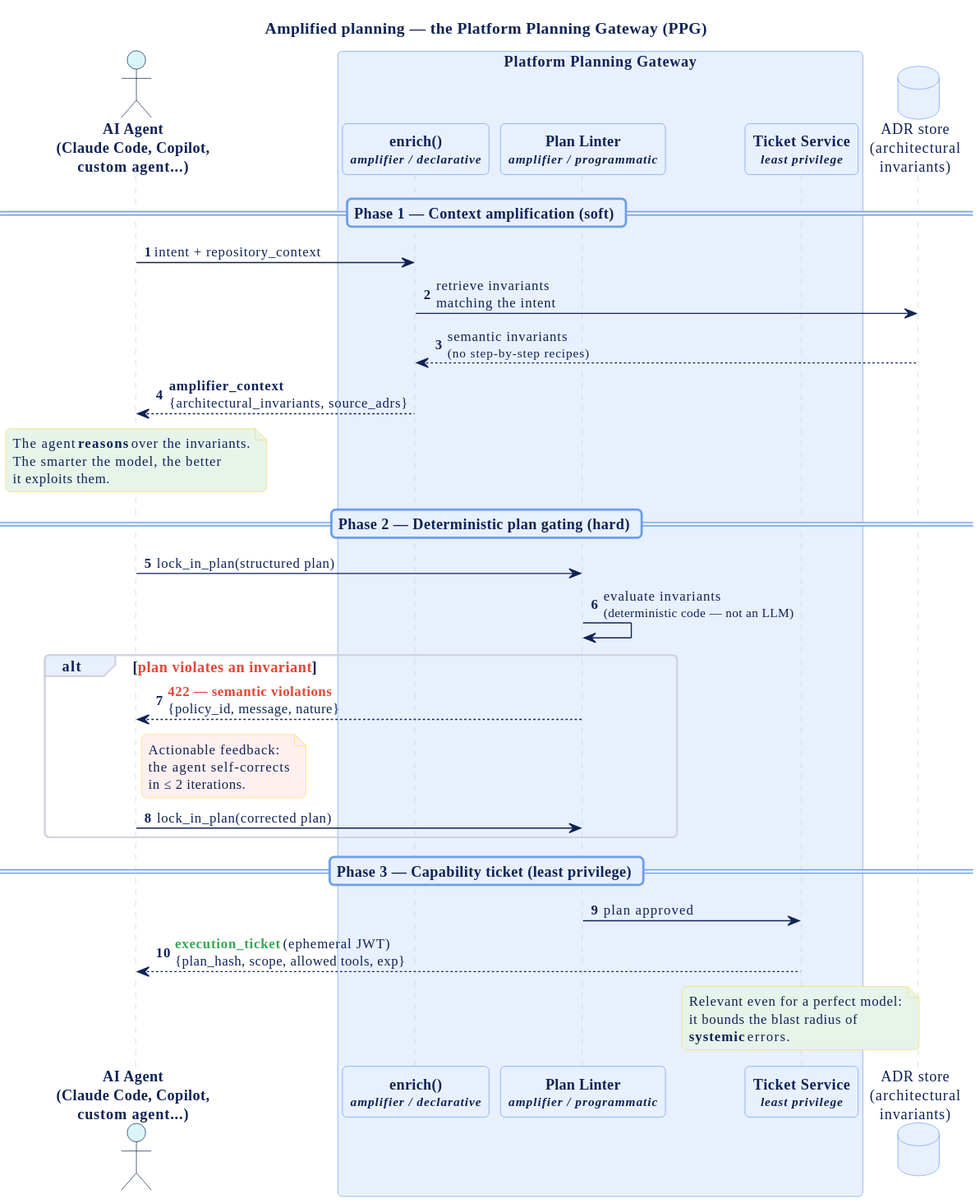
This is docs/diagrams/amplified-planning-sequence.svg from owulveryck/poc-agentic-platform, a PlantUML export, as it was before one commit. Source of this version:
```plantuml
@startuml
!include octo-theme.puml
autonumber

title Amplified planning — the Platform Planning Gateway (PPG)

actor "AI Agent\n(Claude Code, Copilot,\ncustom agent...)" as Agent

box "Platform Planning Gateway" #E8F0FE
  participant "enrich()\n<size:11><i>amplifier / declarative</i></size>" as Enrich
  participant "Plan Linter\n<size:11><i>amplifier / programmatic</i></size>" as Linter
  participant "Ticket Service\n<size:11><i>least privilege</i></size>" as Ticket
end box

database "ADR store\n(architectural\ninvariants)" as ADR

== Phase 1 — Context amplification (soft) ==
Agent -> Enrich : intent + repository_context
Enrich -> ADR : retrieve invariants\nmatching the intent
ADR --> Enrich : semantic invariants\n<size:11>(no step-by-step recipes)</size>
Enrich --> Agent : <b>amplifier_context</b>\n{architectural_invariants, source_adrs}

note over Agent #E6F4EA
  The agent <b>reasons</b> over the invariants.
  The smarter the model, the better
  it exploits them.
end note

== Phase 2 — Deterministic plan gating (hard) ==
Agent -> Linter : lock_in_plan(structured plan)
Linter -> Linter : evaluate invariants\n<size:11>(deterministic code — not an LLM)</size>

alt <color:#EA4335>plan violates an invariant</color>
  Linter --> Agent : <color:#EA4335><b>422 — semantic violations</b></color>\n{policy_id, message, nature}
  note right of Agent #FFF0F0
    Actionable feedback:
    the agent self-corrects
    in ≤ 2 iterations.
  end note
  Agent -> Linter : lock_in_plan(corrected plan)
end

== Phase 3 — Capability ticket (least privilege) ==
Linter -> Ticket : plan approved
Ticket --> Agent : <color:#34A853><b>execution_ticket</b></color> (ephemeral JWT)\n{plan_hash, scope, allowed tools, exp}

note over Ticket #E6F4EA
  Relevant even for a perfect model:
  it bounds the blast radius of
  <b>systemic</b> errors.
end note
@enduml
```
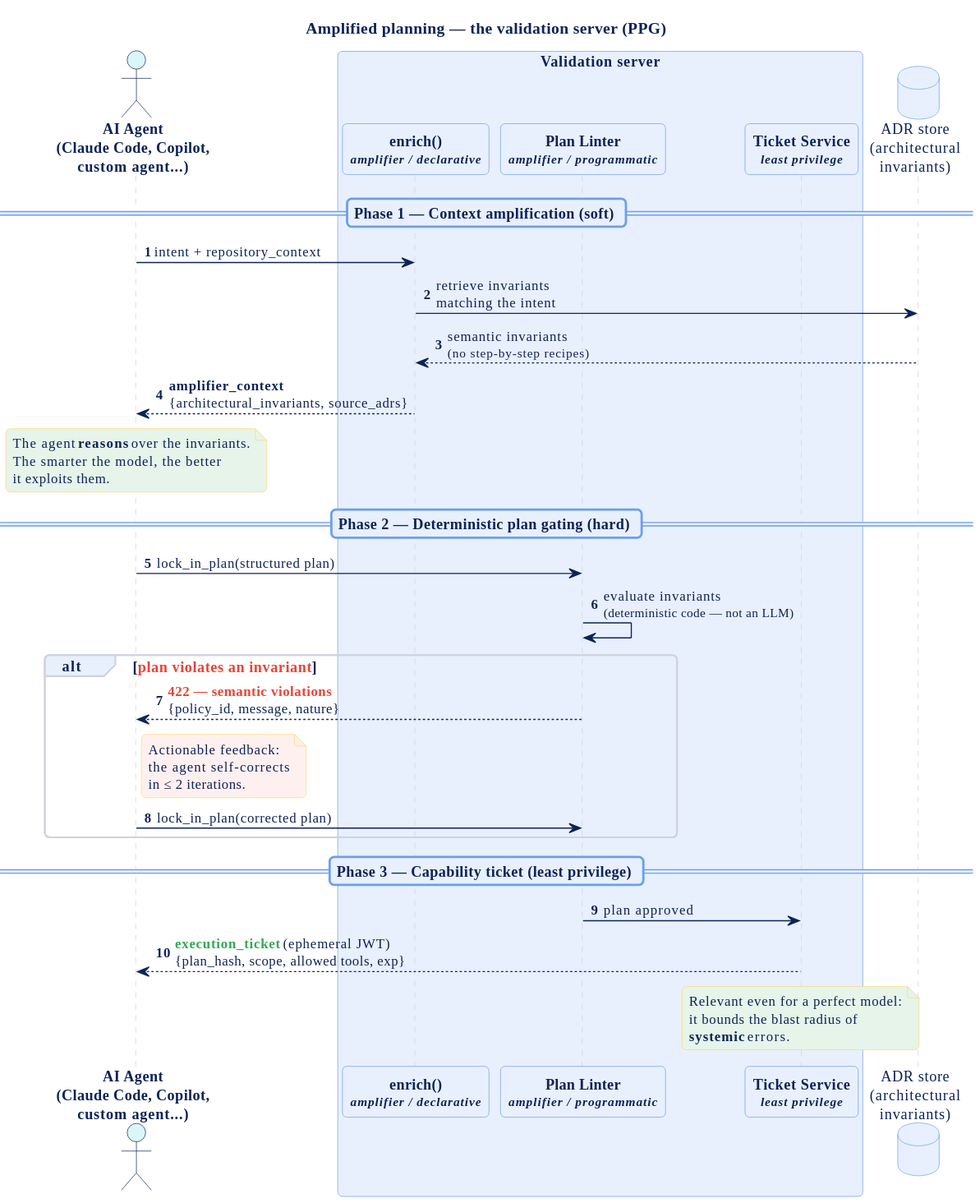
After the change.

What changed in the source:
```diff
@@ -2,11 +2,11 @@
 !include octo-theme.puml
 autonumber
 
-title Amplified planning — the Platform Planning Gateway (PPG)
+title Amplified planning — the validation server (PPG)
 
 actor "AI Agent\n(Claude Code, Copilot,\ncustom agent...)" as Agent
 
-box "Platform Planning Gateway" #E8F0FE
+box "Validation server" #E8F0FE
   participant "enrich()\n<size:11><i>amplifier / declarative</i></size>" as Enrich
   participant "Plan Linter\n<size:11><i>amplifier / programmatic</i></size>" as Linter
   participant "Ticket Service\n<size:11><i>least privilege</i></size>" as Ticket
```
